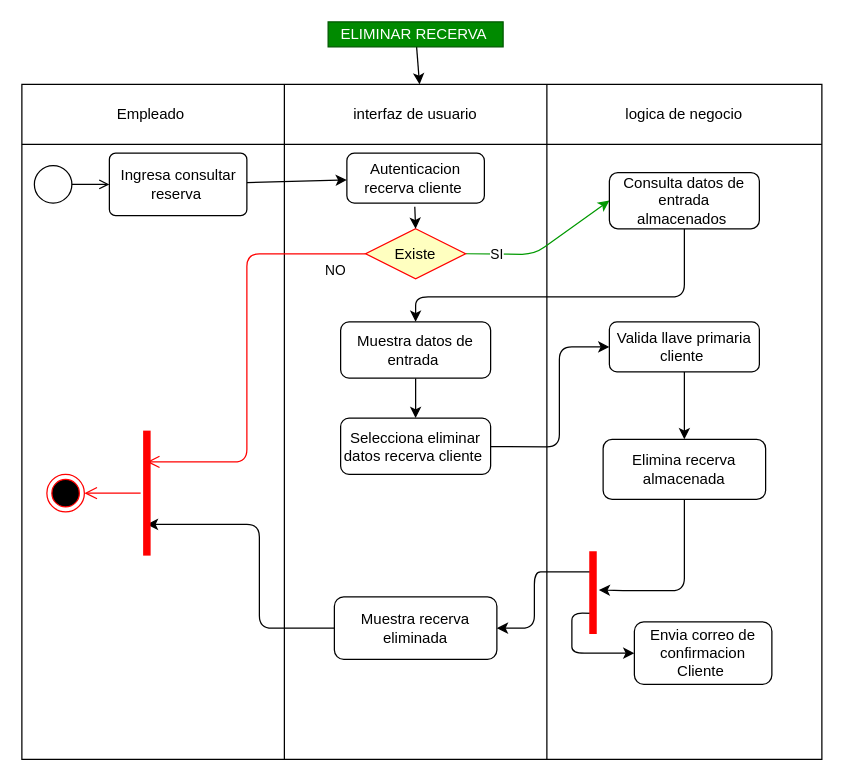
Above: Diagramas_Actividad/DAE.3.3.drawio in DavidArtavia/Activity_Diagram- (draw.io), before the change. Source tidied: cells renumbered, new cells numbered last; positions are measured from the earlier drawing's top-left corner, leaving out a move shared by most shapes. Both pictures are drawn from the tidied source at 125%, with x=0, y=0 at pixel (21, 21).
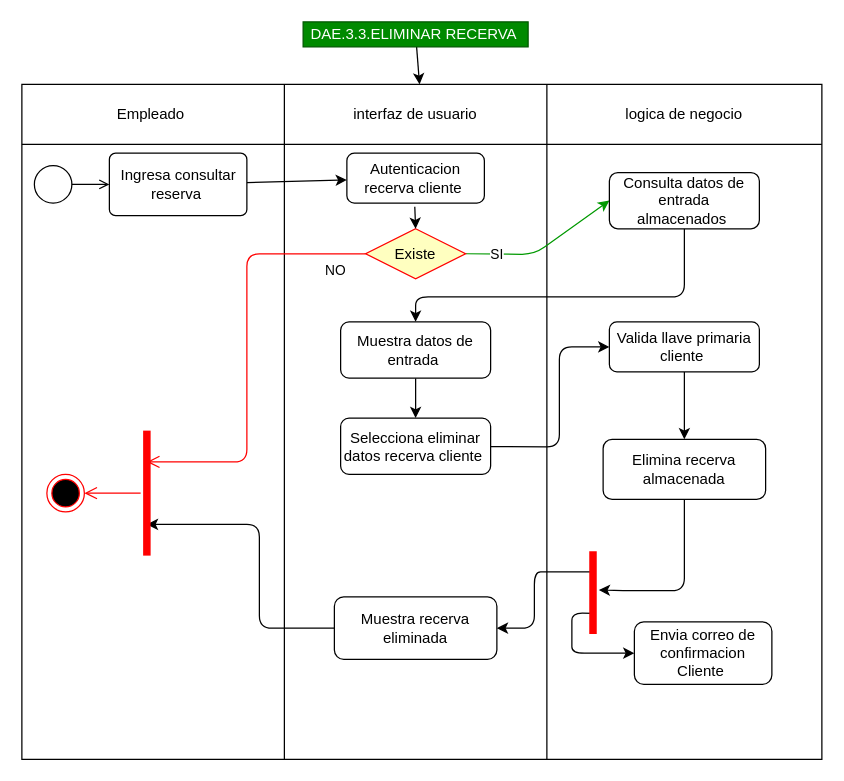
The same diagram, later.

What changed in the source:
```diff
@@
-    <mxCell id="23" value="ELIMINAR RECERVA&amp;nbsp;" style="text;html=1;align=center;verticalAlign=middle;points=[];rounded=0;fillColor=#008a00;fontColor=#ffffff;strokeColor=#005700;" parent="1" vertex="1">
-      <mxGeometry x="245" width="140" height="20" as="geometry" />
+    <mxCell id="23" value="DAE.3.3.ELIMINAR RECERVA&amp;nbsp;" style="text;html=1;align=center;verticalAlign=middle;points=[];rounded=0;fillColor=#008a00;fontColor=#ffffff;strokeColor=#005700;" parent="1" vertex="1">
+      <mxGeometry x="225" width="180" height="20" as="geometry" />
     </mxCell>
```
